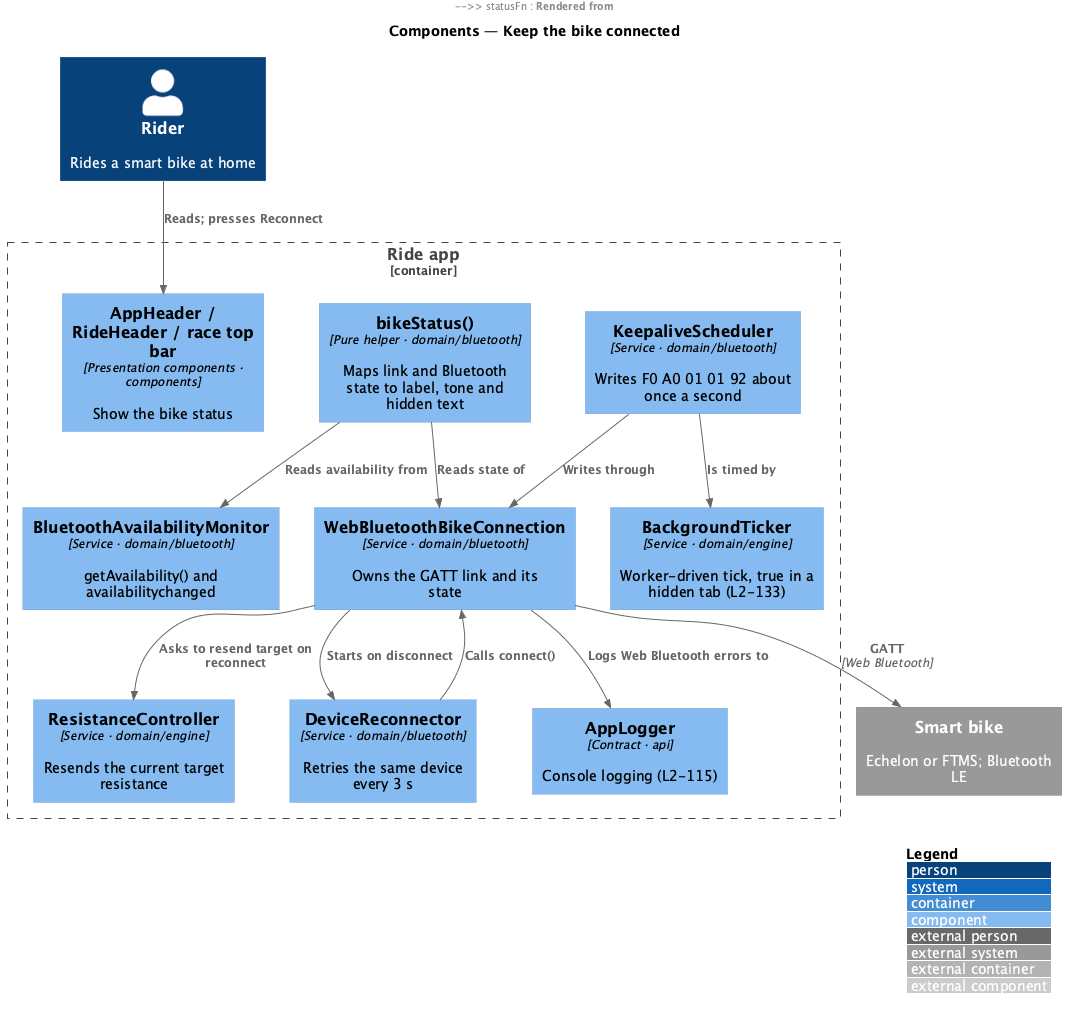
This is docs/detailed-designs/bike/keep-the-bike-connected/diagrams/c4-component.png from QuinntyneBrown/ride-one, a PlantUML export, as it was before one commit. The source it was exported from:
```plantuml
@startuml
!include <C4/C4_Component>
LAYOUT_WITH_LEGEND()
title Components — Keep the bike connected
Person(rider, "Rider", "Rides a smart bike at home")
System_Ext(bike, "Smart bike", "Echelon or FTMS; Bluetooth LE")
Container_Boundary(app, "Ride app") {
  Component(header, "AppHeader / RideHeader / race top bar", "Presentation components · components", "Show the bike status")
  Component(statusFn, "bikeStatus()", "Pure helper · domain/bluetooth", "Maps link and Bluetooth state to label, tone and hidden text")
  Component(conn, "WebBluetoothBikeConnection", "Service · domain/bluetooth", "Owns the GATT link and its state")
  Component(keep, "KeepaliveScheduler", "Service · domain/bluetooth", "Writes F0 A0 01 01 92 about once a second")
  Component(recon, "DeviceReconnector", "Service · domain/bluetooth", "Retries the same device every 3 s")
  Component(avail, "BluetoothAvailabilityMonitor", "Service · domain/bluetooth", "getAvailability() and availabilitychanged")
  Component(ticker, "BackgroundTicker", "Service · domain/engine", "Worker-driven tick, true in a hidden tab (L2-133)")
  Component(res, "ResistanceController", "Service · domain/engine", "Resends the current target resistance")
  Component(log, "AppLogger", "Contract · api", "Console logging (L2-115)")
}
Rel(rider, header, "Reads; presses Reconnect")
Rel(header, statusFn, "Rendered from")
Rel(statusFn, conn, "Reads state of")
Rel(statusFn, avail, "Reads availability from")
Rel(keep, ticker, "Is timed by")
Rel(keep, conn, "Writes through")
Rel(conn, recon, "Starts on disconnect")
Rel(recon, conn, "Calls connect()")
Rel(conn, res, "Asks to resend target on reconnect")
Rel(conn, log, "Logs Web Bluetooth errors to")
Rel(conn, bike, "GATT", "Web Bluetooth")
@enduml
```
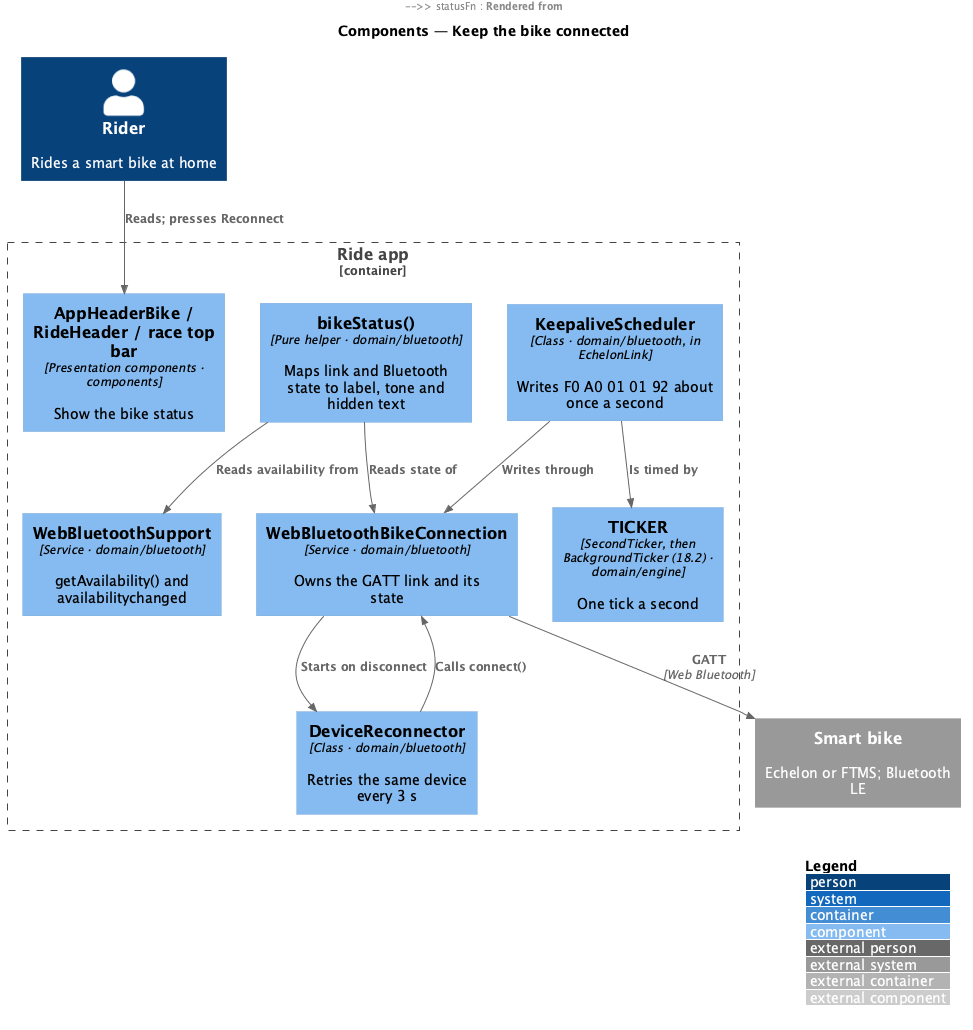
Above is the later version.

Commit message:
Align keeping the bike connected with what slice 2.4 builds

Change to the diagram source:
```diff
@@ -5,15 +5,13 @@
 Person(rider, "Rider", "Rides a smart bike at home")
 System_Ext(bike, "Smart bike", "Echelon or FTMS; Bluetooth LE")
 Container_Boundary(app, "Ride app") {
-  Component(header, "AppHeader / RideHeader / race top bar", "Presentation components · components", "Show the bike status")
+  Component(header, "AppHeaderBike / RideHeader / race top bar", "Presentation components · components", "Show the bike status")
   Component(statusFn, "bikeStatus()", "Pure helper · domain/bluetooth", "Maps link and Bluetooth state to label, tone and hidden text")
   Component(conn, "WebBluetoothBikeConnection", "Service · domain/bluetooth", "Owns the GATT link and its state")
-  Component(keep, "KeepaliveScheduler", "Service · domain/bluetooth", "Writes F0 A0 01 01 92 about once a second")
-  Component(recon, "DeviceReconnector", "Service · domain/bluetooth", "Retries the same device every 3 s")
-  Component(avail, "BluetoothAvailabilityMonitor", "Service · domain/bluetooth", "getAvailability() and availabilitychanged")
-  Component(ticker, "BackgroundTicker", "Service · domain/engine", "Worker-driven tick, true in a hidden tab (L2-133)")
-  Component(res, "ResistanceController", "Service · domain/engine", "Resends the current target resistance")
-  Component(log, "AppLogger", "Contract · api", "Console logging (L2-115)")
+  Component(keep, "KeepaliveScheduler", "Class · domain/bluetooth, in EchelonLink", "Writes F0 A0 01 01 92 about once a second")
+  Component(recon, "DeviceReconnector", "Class · domain/bluetooth", "Retries the same device every 3 s")
+  Component(avail, "WebBluetoothSupport", "Service · domain/bluetooth", "getAvailability() and availabilitychanged")
+  Component(ticker, "TICKER", "SecondTicker, then BackgroundTicker (18.2) · domain/engine", "One tick a second")
 }
 Rel(rider, header, "Reads; presses Reconnect")
 Rel(header, statusFn, "Rendered from")
@@ -23,7 +21,5 @@
 Rel(keep, conn, "Writes through")
 Rel(conn, recon, "Starts on disconnect")
 Rel(recon, conn, "Calls connect()")
-Rel(conn, res, "Asks to resend target on reconnect")
-Rel(conn, log, "Logs Web Bluetooth errors to")
 Rel(conn, bike, "GATT", "Web Bluetooth")
 @enduml
```
